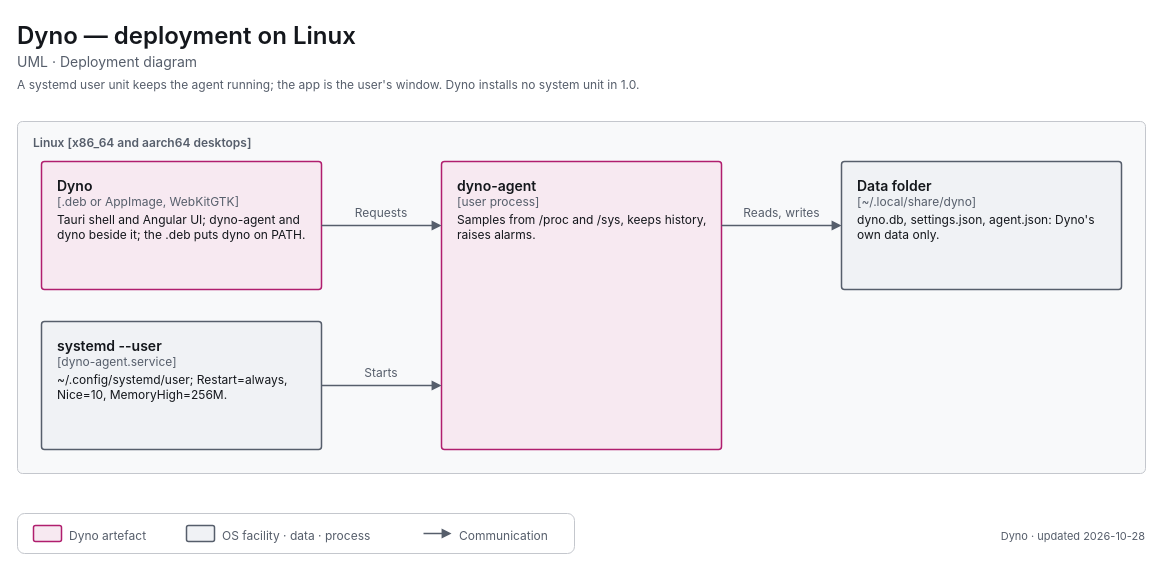
decryp7/paddock keeps this draw.io diagram as apps/dyno/diagrams/uml-deployment-linux.drawio. Above is the earlier version. Source tidied: cells renumbered, new cells numbered last; positions are measured from the earlier drawing's top-left corner, leaving out a move shared by most shapes. Both pictures are drawn from the tidied source at 100%, with x=0, y=0 at pixel (17, 17).
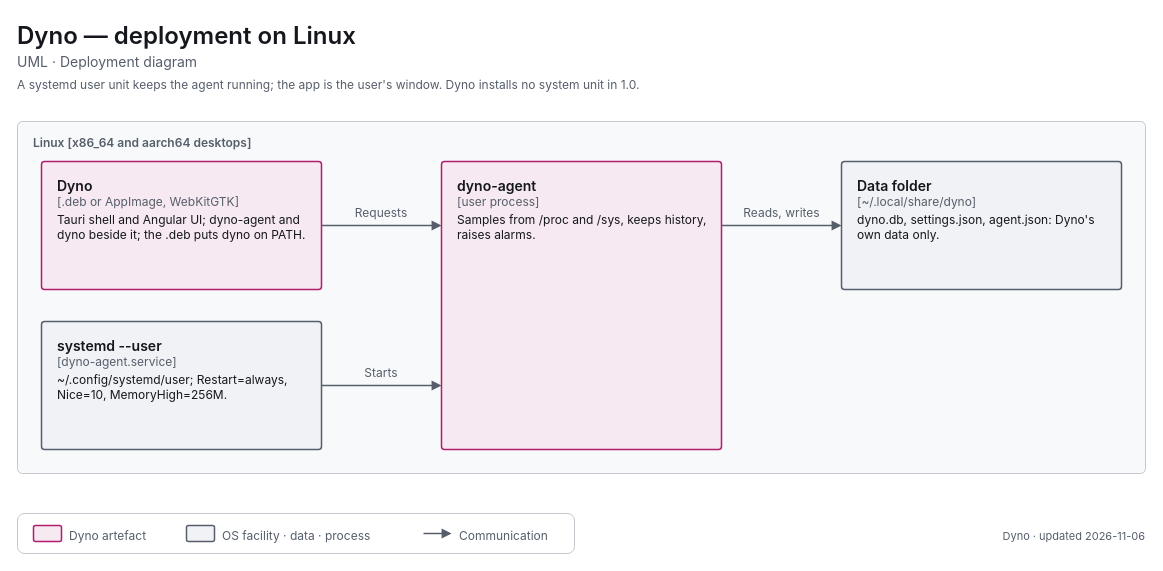
Above is the later version.

What changed in the source:
```diff
@@
-    <mxCell id="23" value="&lt;span style=&quot;font-size:11px;font-weight:400&quot;&gt;Dyno · updated 2026-10-28&lt;/span&gt;" style="html=1;whiteSpace=wrap;fontFamily=-apple-system,BlinkMacSystemFont,Segoe UI,system-ui,sans-serif;fontSize=12;fontColor=light-dark(#14171C,#ECEEF1);text;strokeColor=none;fillColor=none;align=right;verticalAlign=top;spacing=0;fontColor=light-dark(#565E6B,#A0A7B2);" parent="1" vertex="1">
+    <mxCell id="23" value="&lt;span style=&quot;font-size:11px;font-weight:400&quot;&gt;Dyno · updated 2026-11-06&lt;/span&gt;" style="html=1;whiteSpace=wrap;fontFamily=-apple-system,BlinkMacSystemFont,Segoe UI,system-ui,sans-serif;fontSize=12;fontColor=light-dark(#14171C,#ECEEF1);text;strokeColor=none;fillColor=none;align=right;verticalAlign=top;spacing=0;fontColor=light-dark(#565E6B,#A0A7B2);" parent="1" vertex="1">
       <mxGeometry x="768" y="507" width="360" height="18" as="geometry" />
     </mxCell>
```
